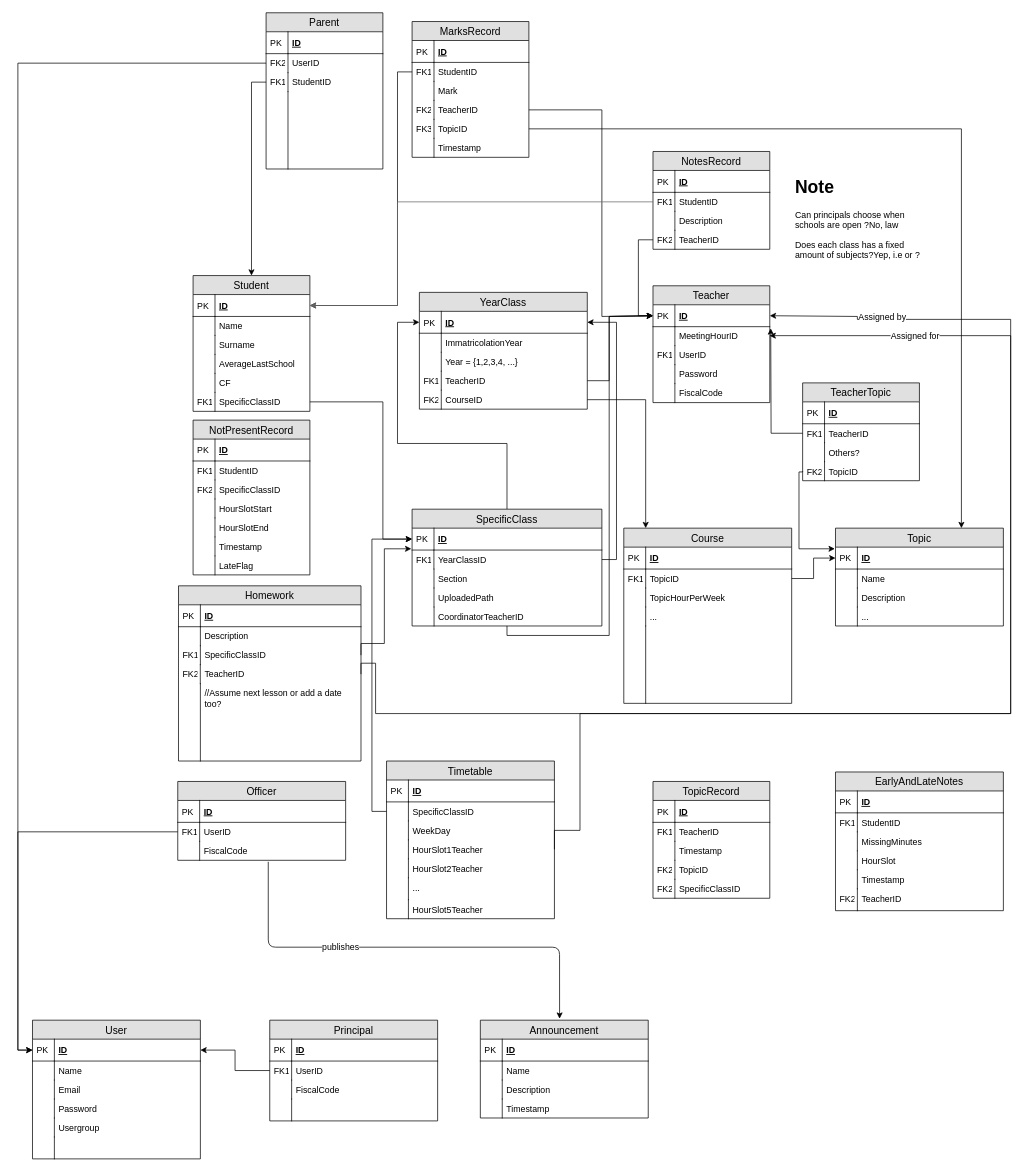
Before: Schema.drawio in sordinho/Group-J---Digital-Student-Record, a draw.io diagram. Source tidied: cells renumbered, new cells numbered last; positions are measured from the earlier drawing's top-left corner, leaving out a move shared by most shapes. Both pictures are drawn from the tidied source at 73%, with x=0, y=0 at pixel (32, 12).
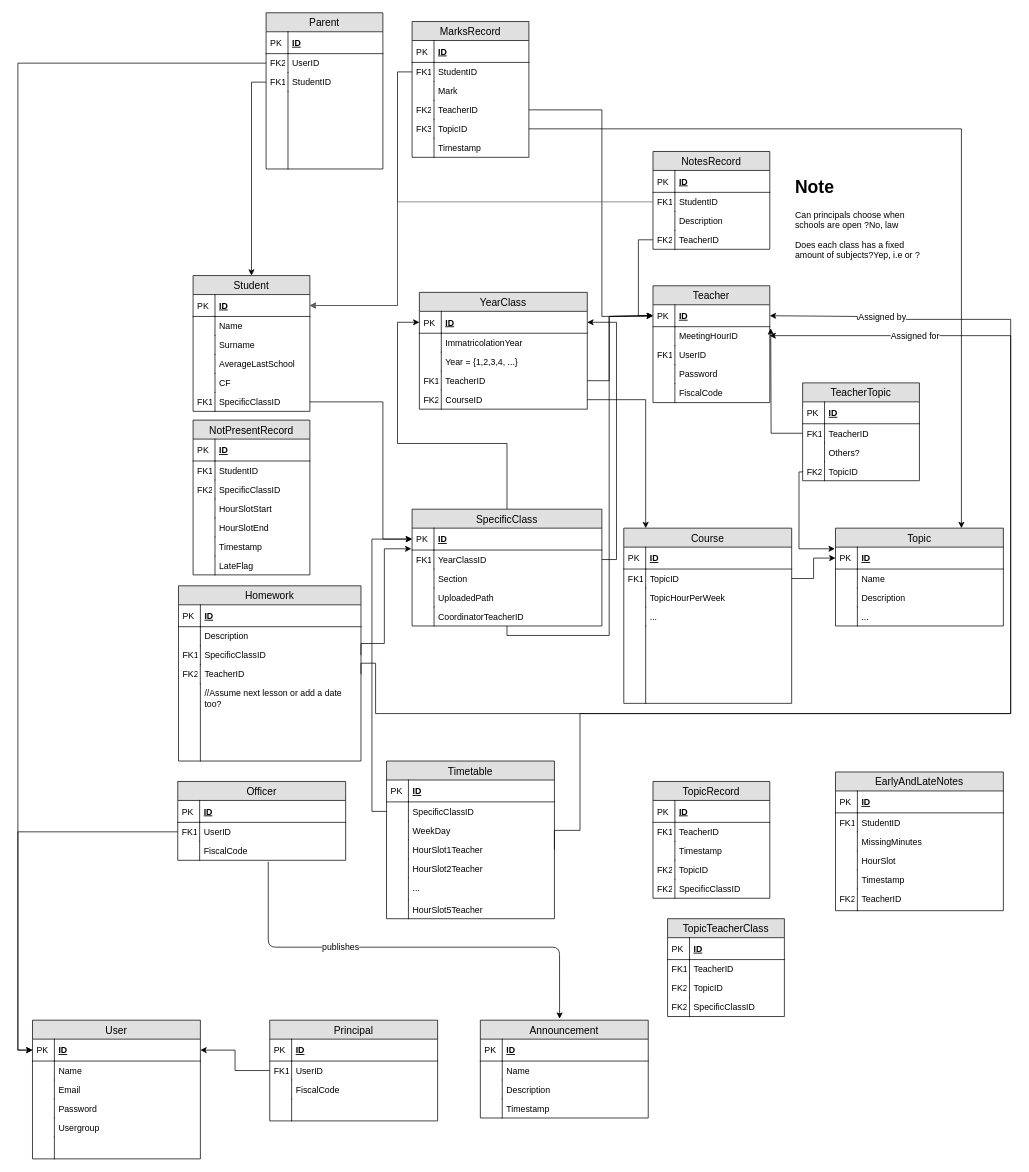
The same page after the edit.

What changed in the source:
```diff
@@
+    <mxCell id="238" value="TopicTeacherClass" style="swimlane;fontStyle=0;horizontal=1;startSize=26;fillColor=#e0e0e0;swimlaneFillColor=#ffffff;align=center;fontSize=14;" parent="1" vertex="1">
+      <mxGeometry x="870" y="1241" width="160" height="134" as="geometry" />
+    </mxCell>
+    <mxCell id="239" value="ID" style="shape=partialRectangle;top=0;left=0;right=0;bottom=1;align=left;verticalAlign=middle;fillColor=none;spacingLeft=34;spacingRight=4;overflow=hidden;fontStyle=5;fontSize=12;" parent="238" vertex="1">
+      <mxGeometry y="26" width="160" height="30" as="geometry" />
+    </mxCell>
+    <mxCell id="240" value="PK" style="shape=partialRectangle;top=0;left=0;bottom=0;fillColor=none;align=left;verticalAlign=middle;spacingLeft=4;spacingRight=4;overflow=hidden;fontSize=12;" parent="239" vertex="1">
+      <mxGeometry width="30" height="30" as="geometry" />
+    </mxCell>
+    <mxCell id="241" value="TeacherID" style="shape=partialRectangle;top=0;left=0;right=0;bottom=0;align=left;verticalAlign=top;fillColor=none;spacingLeft=34;spacingRight=4;overflow=hidden;fontSize=12;" parent="238" vertex="1">
+      <mxGeometry y="56" width="160" height="26" as="geometry" />
+    </mxCell>
+    <mxCell id="242" value="FK1" style="shape=partialRectangle;top=0;left=0;bottom=0;fillColor=none;align=left;verticalAlign=top;spacingLeft=4;spacingRight=4;overflow=hidden;fontSize=12;" parent="241" vertex="1">
+      <mxGeometry width="30" height="26" as="geometry" />
+    </mxCell>
+    <mxCell id="243" value="TopicID" style="shape=partialRectangle;top=0;left=0;right=0;bottom=0;align=left;verticalAlign=top;fillColor=none;spacingLeft=34;spacingRight=4;overflow=hidden;fontSize=12;" parent="238" vertex="1">
+      <mxGeometry y="82" width="160" height="26" as="geometry" />
+    </mxCell>
+    <mxCell id="244" value="FK2" style="shape=partialRectangle;top=0;left=0;bottom=0;fillColor=none;align=left;verticalAlign=top;spacingLeft=4;spacingRight=4;overflow=hidden;fontSize=12;" parent="243" vertex="1">
+      <mxGeometry width="30" height="26" as="geometry" />
+    </mxCell>
+    <mxCell id="245" value="SpecificClassID" style="shape=partialRectangle;top=0;left=0;right=0;bottom=0;align=left;verticalAlign=top;fillColor=none;spacingLeft=34;spacingRight=4;overflow=hidden;fontSize=12;" parent="238" vertex="1">
+      <mxGeometry y="108" width="160" height="26" as="geometry" />
+    </mxCell>
+    <mxCell id="246" value="FK2" style="shape=partialRectangle;top=0;left=0;bottom=0;fillColor=none;align=left;verticalAlign=top;spacingLeft=4;spacingRight=4;overflow=hidden;fontSize=12;" parent="245" vertex="1">
+      <mxGeometry width="30" height="26" as="geometry" />
+    </mxCell>
```
